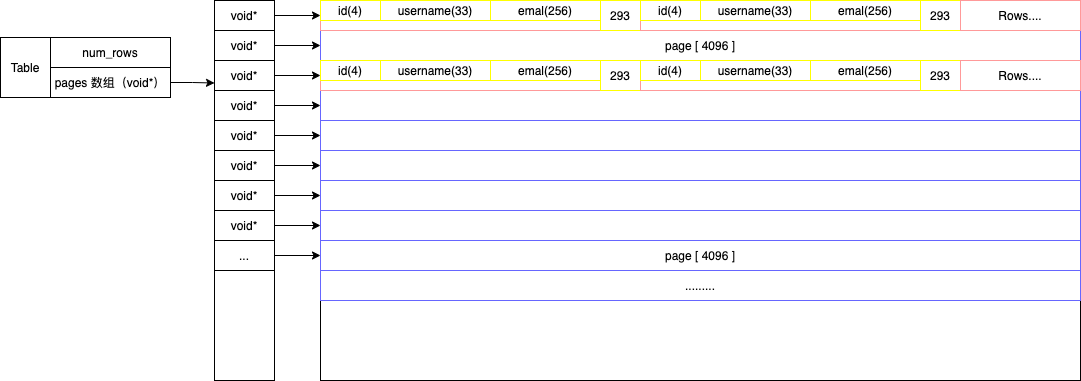
Above: structure.drawio.png in Tonyce/simple_db_learn (draw.io), before the change. Source tidied: cells renumbered, new cells last; positions are measured from the earlier drawing's top-left corner, leaving out a move shared by most shapes. Source of this version:
```xml
<mxGraphModel>
  <root>
    <mxCell id="0" />
    <mxCell id="1" parent="0" />
    <mxCell id="2" value="Table" style="rounded=0;whiteSpace=wrap;html=1;" parent="1" vertex="1">
      <mxGeometry y="37" width="50" height="60" as="geometry" />
    </mxCell>
    <mxCell id="3" value="num_rows" style="rounded=0;whiteSpace=wrap;html=1;" parent="1" vertex="1">
      <mxGeometry x="50" y="37" width="120" height="30" as="geometry" />
    </mxCell>
    <mxCell id="4" style="edgeStyle=orthogonalEdgeStyle;rounded=0;jettySize=auto;html=1;exitX=1;exitY=0.5;exitDx=0;exitDy=0;entryX=0;entryY=0.75;entryDx=0;entryDy=0;" parent="1" edge="1" source="5" target="14">
      <mxGeometry relative="1" as="geometry" />
    </mxCell>
    <mxCell id="5" value="pages 数组（void*）" style="rounded=0;whiteSpace=wrap;html=1;" parent="1" vertex="1">
      <mxGeometry x="50" y="67" width="120" height="30" as="geometry" />
    </mxCell>
    <mxCell id="6" style="rounded=0;whiteSpace=wrap;html=1;" parent="1" vertex="1">
      <mxGeometry x="214" width="60" height="380" as="geometry" />
    </mxCell>
    <mxCell id="7" style="rounded=0;whiteSpace=wrap;html=1;" parent="1" vertex="1">
      <mxGeometry x="320" width="760" height="380" as="geometry" />
    </mxCell>
    <mxCell id="8" style="edgeStyle=orthogonalEdgeStyle;rounded=0;jettySize=auto;html=1;exitX=1;exitY=0.5;exitDx=0;exitDy=0;entryX=0;entryY=0.5;entryDx=0;entryDy=0;" parent="1" edge="1" source="9" target="10">
      <mxGeometry relative="1" as="geometry" />
    </mxCell>
    <mxCell id="9" value="void*" style="rounded=0;whiteSpace=wrap;html=1;" parent="1" vertex="1">
      <mxGeometry x="214" width="60" height="30" as="geometry" />
    </mxCell>
    <mxCell id="10" style="rounded=0;whiteSpace=wrap;html=1;strokeColor=#6666FF;" parent="1" vertex="1">
      <mxGeometry x="320" width="760" height="30" as="geometry" />
    </mxCell>
    <mxCell id="11" style="edgeStyle=orthogonalEdgeStyle;rounded=0;jettySize=auto;html=1;exitX=1;exitY=0.5;exitDx=0;exitDy=0;entryX=0;entryY=0.5;entryDx=0;entryDy=0;" parent="1" edge="1" source="12" target="25">
      <mxGeometry relative="1" as="geometry" />
    </mxCell>
    <mxCell id="12" value="void*" style="rounded=0;whiteSpace=wrap;html=1;" parent="1" vertex="1">
      <mxGeometry x="214" y="30" width="60" height="30" as="geometry" />
    </mxCell>
    <mxCell id="13" style="edgeStyle=orthogonalEdgeStyle;rounded=0;jettySize=auto;html=1;exitX=1;exitY=0.5;exitDx=0;exitDy=0;entryX=0;entryY=0.5;entryDx=0;entryDy=0;" parent="1" edge="1" source="14" target="28">
      <mxGeometry relative="1" as="geometry" />
    </mxCell>
    <mxCell id="14" value="void*" style="rounded=0;whiteSpace=wrap;html=1;" parent="1" vertex="1">
      <mxGeometry x="214" y="60" width="60" height="30" as="geometry" />
    </mxCell>
    <mxCell id="15" style="edgeStyle=orthogonalEdgeStyle;rounded=0;jettySize=auto;html=1;exitX=1;exitY=0.5;exitDx=0;exitDy=0;" parent="1" edge="1" source="16" target="29">
      <mxGeometry relative="1" as="geometry" />
    </mxCell>
    <mxCell id="16" value="void*" style="rounded=0;whiteSpace=wrap;html=1;" parent="1" vertex="1">
      <mxGeometry x="214" y="90" width="60" height="30" as="geometry" />
    </mxCell>
    <mxCell id="17" style="edgeStyle=orthogonalEdgeStyle;rounded=0;jettySize=auto;html=1;exitX=1;exitY=0.5;exitDx=0;exitDy=0;entryX=0;entryY=0.5;entryDx=0;entryDy=0;" parent="1" edge="1" source="18" target="30">
      <mxGeometry relative="1" as="geometry" />
    </mxCell>
    <mxCell id="18" value="void*" style="rounded=0;whiteSpace=wrap;html=1;" parent="1" vertex="1">
      <mxGeometry x="214" y="120" width="60" height="30" as="geometry" />
    </mxCell>
    <mxCell id="19" style="edgeStyle=orthogonalEdgeStyle;rounded=0;jettySize=auto;html=1;exitX=1;exitY=0.5;exitDx=0;exitDy=0;entryX=0;entryY=0.5;entryDx=0;entryDy=0;" parent="1" edge="1" source="20" target="31">
      <mxGeometry relative="1" as="geometry" />
    </mxCell>
    <mxCell id="20" value="void*" style="rounded=0;whiteSpace=wrap;html=1;" parent="1" vertex="1">
      <mxGeometry x="214" y="150" width="60" height="30" as="geometry" />
    </mxCell>
    <mxCell id="21" style="edgeStyle=orthogonalEdgeStyle;rounded=0;jettySize=auto;html=1;exitX=1;exitY=0.5;exitDx=0;exitDy=0;entryX=0;entryY=0.5;entryDx=0;entryDy=0;" parent="1" edge="1" source="22" target="32">
      <mxGeometry relative="1" as="geometry" />
    </mxCell>
    <mxCell id="22" value="void*" style="rounded=0;whiteSpace=wrap;html=1;" parent="1" vertex="1">
      <mxGeometry x="214" y="180" width="60" height="30" as="geometry" />
    </mxCell>
    <mxCell id="23" style="edgeStyle=orthogonalEdgeStyle;rounded=0;jettySize=auto;html=1;exitX=1;exitY=0.5;exitDx=0;exitDy=0;entryX=0;entryY=0.5;entryDx=0;entryDy=0;" parent="1" edge="1" source="24" target="33">
      <mxGeometry relative="1" as="geometry" />
    </mxCell>
    <mxCell id="24" value="void*" style="rounded=0;whiteSpace=wrap;html=1;" parent="1" vertex="1">
      <mxGeometry x="214" y="210" width="60" height="30" as="geometry" />
    </mxCell>
    <mxCell id="25" value="&lt;span&gt;page [ 4096 ]&lt;/span&gt;" style="rounded=0;whiteSpace=wrap;html=1;strokeColor=#6666FF;" parent="1" vertex="1">
      <mxGeometry x="320" y="30" width="760" height="30" as="geometry" />
    </mxCell>
    <mxCell id="26" style="edgeStyle=orthogonalEdgeStyle;rounded=0;jettySize=auto;html=1;exitX=1;exitY=0.5;exitDx=0;exitDy=0;entryX=0;entryY=0.5;entryDx=0;entryDy=0;" parent="1" edge="1" source="27" target="34">
      <mxGeometry relative="1" as="geometry" />
    </mxCell>
    <mxCell id="27" value="..." style="rounded=0;whiteSpace=wrap;html=1;" parent="1" vertex="1">
      <mxGeometry x="214" y="240" width="60" height="30" as="geometry" />
    </mxCell>
    <mxCell id="28" style="rounded=0;whiteSpace=wrap;html=1;strokeColor=#6666FF;" parent="1" vertex="1">
      <mxGeometry x="320" y="60" width="760" height="30" as="geometry" />
    </mxCell>
    <mxCell id="29" style="rounded=0;whiteSpace=wrap;html=1;strokeColor=#6666FF;" parent="1" vertex="1">
      <mxGeometry x="320" y="90" width="760" height="30" as="geometry" />
    </mxCell>
    <mxCell id="30" style="rounded=0;whiteSpace=wrap;html=1;strokeColor=#6666FF;" parent="1" vertex="1">
      <mxGeometry x="320" y="120" width="760" height="30" as="geometry" />
    </mxCell>
    <mxCell id="31" style="rounded=0;whiteSpace=wrap;html=1;strokeColor=#6666FF;" parent="1" vertex="1">
      <mxGeometry x="320" y="150" width="760" height="30" as="geometry" />
    </mxCell>
    <mxCell id="32" style="rounded=0;whiteSpace=wrap;html=1;strokeColor=#6666FF;" parent="1" vertex="1">
      <mxGeometry x="320" y="180" width="760" height="30" as="geometry" />
    </mxCell>
    <mxCell id="33" style="rounded=0;whiteSpace=wrap;html=1;strokeColor=#6666FF;" parent="1" vertex="1">
      <mxGeometry x="320" y="210" width="760" height="30" as="geometry" />
    </mxCell>
    <mxCell id="34" value="page [ 4096 ]" style="rounded=0;whiteSpace=wrap;html=1;strokeColor=#6666FF;" parent="1" vertex="1">
      <mxGeometry x="320" y="240" width="760" height="30" as="geometry" />
    </mxCell>
    <mxCell id="35" style="group;" parent="1" vertex="1">
      <mxGeometry x="320" width="320" height="30" as="geometry" />
    </mxCell>
    <mxCell id="36" style="rounded=0;whiteSpace=wrap;html=1;strokeColor=#FF9999;" parent="35" vertex="1">
      <mxGeometry width="320" height="30" as="geometry" />
    </mxCell>
    <mxCell id="37" value="id(4)" style="rounded=0;whiteSpace=wrap;html=1;strokeColor=#FFFF00;" parent="35" vertex="1">
      <mxGeometry width="60" height="20" as="geometry" />
    </mxCell>
    <mxCell id="38" value="username(33)" style="rounded=0;whiteSpace=wrap;html=1;strokeColor=#FFFF00;" parent="35" vertex="1">
      <mxGeometry x="60" width="110" height="20" as="geometry" />
    </mxCell>
    <mxCell id="39" value="emal(256)" style="rounded=0;whiteSpace=wrap;html=1;strokeColor=#FFFF00;" parent="35" vertex="1">
      <mxGeometry x="170" width="110" height="20" as="geometry" />
    </mxCell>
    <mxCell id="40" value="293" style="rounded=0;whiteSpace=wrap;html=1;strokeColor=#FFFF00;" parent="35" vertex="1">
      <mxGeometry x="280" width="40" height="30" as="geometry" />
    </mxCell>
    <mxCell id="41" style="group;" parent="1" vertex="1">
      <mxGeometry x="640" width="320" height="30" as="geometry" />
    </mxCell>
    <mxCell id="42" style="rounded=0;whiteSpace=wrap;html=1;strokeColor=#FF9999;" parent="41" vertex="1">
      <mxGeometry width="320" height="30" as="geometry" />
    </mxCell>
    <mxCell id="43" value="id(4)" style="rounded=0;whiteSpace=wrap;html=1;strokeColor=#FFFF00;" parent="41" vertex="1">
      <mxGeometry width="60" height="20" as="geometry" />
    </mxCell>
    <mxCell id="44" value="username(33)" style="rounded=0;whiteSpace=wrap;html=1;strokeColor=#FFFF00;" parent="41" vertex="1">
      <mxGeometry x="60" width="110" height="20" as="geometry" />
    </mxCell>
    <mxCell id="45" value="emal(256)" style="rounded=0;whiteSpace=wrap;html=1;strokeColor=#FFFF00;" parent="41" vertex="1">
      <mxGeometry x="170" width="110" height="20" as="geometry" />
    </mxCell>
    <mxCell id="46" value="293" style="rounded=0;whiteSpace=wrap;html=1;strokeColor=#FFFF00;" parent="41" vertex="1">
      <mxGeometry x="280" width="40" height="30" as="geometry" />
    </mxCell>
    <mxCell id="47" value="Rows...." style="rounded=0;whiteSpace=wrap;html=1;strokeColor=#FF9999;" parent="1" vertex="1">
      <mxGeometry x="960" width="120" height="30" as="geometry" />
    </mxCell>
    <mxCell id="48" style="group;" parent="1" vertex="1">
      <mxGeometry x="320" y="60" width="320" height="30" as="geometry" />
    </mxCell>
    <mxCell id="49" style="rounded=0;whiteSpace=wrap;html=1;strokeColor=#FF9999;" parent="48" vertex="1">
      <mxGeometry width="320" height="30" as="geometry" />
    </mxCell>
    <mxCell id="50" value="id(4)" style="rounded=0;whiteSpace=wrap;html=1;strokeColor=#FFFF00;" parent="48" vertex="1">
      <mxGeometry width="60" height="20" as="geometry" />
    </mxCell>
    <mxCell id="51" value="username(33)" style="rounded=0;whiteSpace=wrap;html=1;strokeColor=#FFFF00;" parent="48" vertex="1">
      <mxGeometry x="60" width="110" height="20" as="geometry" />
    </mxCell>
    <mxCell id="52" value="emal(256)" style="rounded=0;whiteSpace=wrap;html=1;strokeColor=#FFFF00;" parent="48" vertex="1">
      <mxGeometry x="170" width="110" height="20" as="geometry" />
    </mxCell>
    <mxCell id="53" value="293" style="rounded=0;whiteSpace=wrap;html=1;strokeColor=#FFFF00;" parent="48" vertex="1">
      <mxGeometry x="280" width="40" height="30" as="geometry" />
    </mxCell>
    <mxCell id="54" style="group;" parent="1" vertex="1">
      <mxGeometry x="640" y="60" width="320" height="30" as="geometry" />
    </mxCell>
    <mxCell id="55" style="rounded=0;whiteSpace=wrap;html=1;strokeColor=#FF9999;" parent="54" vertex="1">
      <mxGeometry width="320" height="30" as="geometry" />
    </mxCell>
    <mxCell id="56" value="id(4)" style="rounded=0;whiteSpace=wrap;html=1;strokeColor=#FFFF00;" parent="54" vertex="1">
      <mxGeometry width="60" height="20" as="geometry" />
    </mxCell>
    <mxCell id="57" value="username(33)" style="rounded=0;whiteSpace=wrap;html=1;strokeColor=#FFFF00;" parent="54" vertex="1">
      <mxGeometry x="60" width="110" height="20" as="geometry" />
    </mxCell>
    <mxCell id="58" value="emal(256)" style="rounded=0;whiteSpace=wrap;html=1;strokeColor=#FFFF00;" parent="54" vertex="1">
      <mxGeometry x="170" width="110" height="20" as="geometry" />
    </mxCell>
    <mxCell id="59" value="293" style="rounded=0;whiteSpace=wrap;html=1;strokeColor=#FFFF00;" parent="54" vertex="1">
      <mxGeometry x="280" width="40" height="30" as="geometry" />
    </mxCell>
    <mxCell id="60" value="Rows...." style="rounded=0;whiteSpace=wrap;html=1;strokeColor=#FF9999;" parent="1" vertex="1">
      <mxGeometry x="960" y="60" width="120" height="30" as="geometry" />
    </mxCell>
    <mxCell id="61" value="........." style="rounded=0;whiteSpace=wrap;html=1;strokeColor=#6666FF;" parent="1" vertex="1">
      <mxGeometry x="320" y="270" width="760" height="30" as="geometry" />
    </mxCell>
  </root>
</mxGraphModel>
```
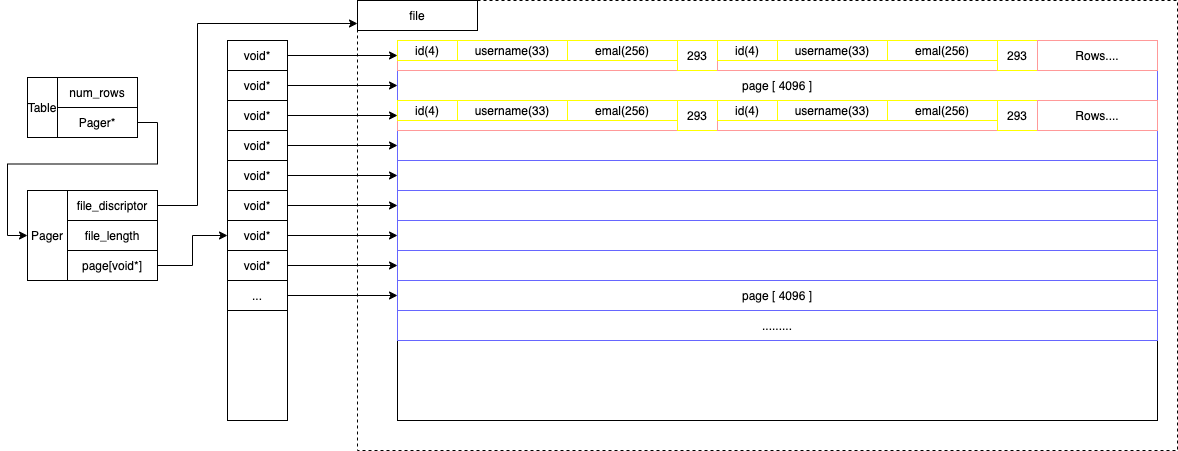
Later version of the same file.

What changed in the source:
```diff
@@ -2,20 +2,23 @@
   <root>
     <mxCell id="0" />
     <mxCell id="1" parent="0" />
+    <mxCell id="62" style="rounded=0;whiteSpace=wrap;html=1;dashed=1;" parent="1" vertex="1">
+      <mxGeometry x="280" y="-40" width="820" height="450" as="geometry" />
+    </mxCell>
     <mxCell id="2" value="Table" style="rounded=0;whiteSpace=wrap;html=1;" parent="1" vertex="1">
-      <mxGeometry y="37" width="50" height="60" as="geometry" />
+      <mxGeometry x="-50" y="37" width="30" height="60" as="geometry" />
     </mxCell>
     <mxCell id="3" value="num_rows" style="rounded=0;whiteSpace=wrap;html=1;" parent="1" vertex="1">
-      <mxGeometry x="50" y="37" width="120" height="30" as="geometry" />
+      <mxGeometry x="-20" y="37" width="80" height="30" as="geometry" />
     </mxCell>
-    <mxCell id="4" style="edgeStyle=orthogonalEdgeStyle;rounded=0;jettySize=auto;html=1;exitX=1;exitY=0.5;exitDx=0;exitDy=0;entryX=0;entryY=0.75;entryDx=0;entryDy=0;" parent="1" edge="1" source="5" target="14">
-      <mxGeometry relative="1" as="geometry" />
-    </mxCell>
+    <mxCell id="63" style="edgeStyle=orthogonalEdgeStyle;rounded=0;jettySize=auto;html=1;exitX=1;exitY=0.5;exitDx=0;exitDy=0;entryX=0;entryY=0.5;entryDx=0;entryDy=0;" parent="1" edge="1" source="5" target="64">
+      <mxGeometry relative="1" as="geometry" />
+    </mxCell>
-    <mxCell id="5" value="pages 数组（void*）" style="rounded=0;whiteSpace=wrap;html=1;" parent="1" vertex="1">
-      <mxGeometry x="50" y="67" width="120" height="30" as="geometry" />
+    <mxCell id="5" value="Pager*" style="rounded=0;whiteSpace=wrap;html=1;" parent="1" vertex="1">
+      <mxGeometry x="-20" y="67" width="80" height="30" as="geometry" />
     </mxCell>
     <mxCell id="6" style="rounded=0;whiteSpace=wrap;html=1;" parent="1" vertex="1">
-      <mxGeometry x="214" width="60" height="380" as="geometry" />
+      <mxGeometry x="150" width="60" height="380" as="geometry" />
     </mxCell>
     <mxCell id="7" style="rounded=0;whiteSpace=wrap;html=1;" parent="1" vertex="1">
       <mxGeometry x="320" width="760" height="380" as="geometry" />
@@ -24,7 +27,7 @@
       <mxGeometry relative="1" as="geometry" />
     </mxCell>
     <mxCell id="9" value="void*" style="rounded=0;whiteSpace=wrap;html=1;" parent="1" vertex="1">
-      <mxGeometry x="214" width="60" height="30" as="geometry" />
+      <mxGeometry x="150" width="60" height="30" as="geometry" />
     </mxCell>
     <mxCell id="10" style="rounded=0;whiteSpace=wrap;html=1;strokeColor=#6666FF;" parent="1" vertex="1">
       <mxGeometry x="320" width="760" height="30" as="geometry" />
@@ -33,43 +36,43 @@
       <mxGeometry relative="1" as="geometry" />
     </mxCell>
     <mxCell id="12" value="void*" style="rounded=0;whiteSpace=wrap;html=1;" parent="1" vertex="1">
-      <mxGeometry x="214" y="30" width="60" height="30" as="geometry" />
+      <mxGeometry x="150" y="30" width="60" height="30" as="geometry" />
     </mxCell>
     <mxCell id="13" style="edgeStyle=orthogonalEdgeStyle;rounded=0;jettySize=auto;html=1;exitX=1;exitY=0.5;exitDx=0;exitDy=0;entryX=0;entryY=0.5;entryDx=0;entryDy=0;" parent="1" edge="1" source="14" target="28">
       <mxGeometry relative="1" as="geometry" />
     </mxCell>
     <mxCell id="14" value="void*" style="rounded=0;whiteSpace=wrap;html=1;" parent="1" vertex="1">
-      <mxGeometry x="214" y="60" width="60" height="30" as="geometry" />
+      <mxGeometry x="150" y="60" width="60" height="30" as="geometry" />
     </mxCell>
     <mxCell id="15" style="edgeStyle=orthogonalEdgeStyle;rounded=0;jettySize=auto;html=1;exitX=1;exitY=0.5;exitDx=0;exitDy=0;" parent="1" edge="1" source="16" target="29">
       <mxGeometry relative="1" as="geometry" />
     </mxCell>
     <mxCell id="16" value="void*" style="rounded=0;whiteSpace=wrap;html=1;" parent="1" vertex="1">
-      <mxGeometry x="214" y="90" width="60" height="30" as="geometry" />
+      <mxGeometry x="150" y="90" width="60" height="30" as="geometry" />
     </mxCell>
     <mxCell id="17" style="edgeStyle=orthogonalEdgeStyle;rounded=0;jettySize=auto;html=1;exitX=1;exitY=0.5;exitDx=0;exitDy=0;entryX=0;entryY=0.5;entryDx=0;entryDy=0;" parent="1" edge="1" source="18" target="30">
       <mxGeometry relative="1" as="geometry" />
     </mxCell>
     <mxCell id="18" value="void*" style="rounded=0;whiteSpace=wrap;html=1;" parent="1" vertex="1">
-      <mxGeometry x="214" y="120" width="60" height="30" as="geometry" />
+      <mxGeometry x="150" y="120" width="60" height="30" as="geometry" />
     </mxCell>
     <mxCell id="19" style="edgeStyle=orthogonalEdgeStyle;rounded=0;jettySize=auto;html=1;exitX=1;exitY=0.5;exitDx=0;exitDy=0;entryX=0;entryY=0.5;entryDx=0;entryDy=0;" parent="1" edge="1" source="20" target="31">
       <mxGeometry relative="1" as="geometry" />
     </mxCell>
     <mxCell id="20" value="void*" style="rounded=0;whiteSpace=wrap;html=1;" parent="1" vertex="1">
-      <mxGeometry x="214" y="150" width="60" height="30" as="geometry" />
+      <mxGeometry x="150" y="150" width="60" height="30" as="geometry" />
     </mxCell>
     <mxCell id="21" style="edgeStyle=orthogonalEdgeStyle;rounded=0;jettySize=auto;html=1;exitX=1;exitY=0.5;exitDx=0;exitDy=0;entryX=0;entryY=0.5;entryDx=0;entryDy=0;" parent="1" edge="1" source="22" target="32">
       <mxGeometry relative="1" as="geometry" />
     </mxCell>
     <mxCell id="22" value="void*" style="rounded=0;whiteSpace=wrap;html=1;" parent="1" vertex="1">
-      <mxGeometry x="214" y="180" width="60" height="30" as="geometry" />
+      <mxGeometry x="150" y="180" width="60" height="30" as="geometry" />
     </mxCell>
     <mxCell id="23" style="edgeStyle=orthogonalEdgeStyle;rounded=0;jettySize=auto;html=1;exitX=1;exitY=0.5;exitDx=0;exitDy=0;entryX=0;entryY=0.5;entryDx=0;entryDy=0;" parent="1" edge="1" source="24" target="33">
       <mxGeometry relative="1" as="geometry" />
     </mxCell>
     <mxCell id="24" value="void*" style="rounded=0;whiteSpace=wrap;html=1;" parent="1" vertex="1">
-      <mxGeometry x="214" y="210" width="60" height="30" as="geometry" />
+      <mxGeometry x="150" y="210" width="60" height="30" as="geometry" />
     </mxCell>
     <mxCell id="25" value="&lt;span&gt;page [ 4096 ]&lt;/span&gt;" style="rounded=0;whiteSpace=wrap;html=1;strokeColor=#6666FF;" parent="1" vertex="1">
       <mxGeometry x="320" y="30" width="760" height="30" as="geometry" />
@@ -78,7 +81,7 @@
       <mxGeometry relative="1" as="geometry" />
     </mxCell>
     <mxCell id="27" value="..." style="rounded=0;whiteSpace=wrap;html=1;" parent="1" vertex="1">
-      <mxGeometry x="214" y="240" width="60" height="30" as="geometry" />
+      <mxGeometry x="150" y="240" width="60" height="30" as="geometry" />
     </mxCell>
     <mxCell id="28" style="rounded=0;whiteSpace=wrap;html=1;strokeColor=#6666FF;" parent="1" vertex="1">
       <mxGeometry x="320" y="60" width="760" height="30" as="geometry" />
@@ -182,5 +185,32 @@
     <mxCell id="61" value="........." style="rounded=0;whiteSpace=wrap;html=1;strokeColor=#6666FF;" parent="1" vertex="1">
       <mxGeometry x="320" y="270" width="760" height="30" as="geometry" />
     </mxCell>
+    <mxCell id="64" value="Pager" style="rounded=0;whiteSpace=wrap;html=1;" parent="1" vertex="1">
+      <mxGeometry x="-50" y="150" width="40" height="90" as="geometry" />
+    </mxCell>
+    <mxCell id="65" style="edgeStyle=orthogonalEdgeStyle;rounded=0;jettySize=auto;html=1;exitX=1;exitY=0.5;exitDx=0;exitDy=0;" parent="1" edge="1" source="66">
+      <mxGeometry relative="1" as="geometry">
+        <mxPoint x="280" y="-17" as="targetPoint" />
+        <Array as="points">
+          <mxPoint x="120" y="165" />
+          <mxPoint x="120" y="-17" />
+        </Array>
+      </mxGeometry>
+    </mxCell>
+    <mxCell id="66" value="file_discriptor" style="rounded=0;whiteSpace=wrap;html=1;" parent="1" vertex="1">
+      <mxGeometry x="-10" y="150" width="90" height="30" as="geometry" />
+    </mxCell>
+    <mxCell id="67" style="edgeStyle=orthogonalEdgeStyle;rounded=0;jettySize=auto;html=1;exitX=1;exitY=0.5;exitDx=0;exitDy=0;entryX=0;entryY=0.5;entryDx=0;entryDy=0;" parent="1" edge="1" source="68" target="22">
+      <mxGeometry relative="1" as="geometry" />
+    </mxCell>
+    <mxCell id="68" value="page[void*]" style="rounded=0;whiteSpace=wrap;html=1;" parent="1" vertex="1">
+      <mxGeometry x="-10" y="210" width="90" height="30" as="geometry" />
+    </mxCell>
+    <mxCell id="69" value="file" style="rounded=0;whiteSpace=wrap;html=1;" parent="1" vertex="1">
+      <mxGeometry x="280" y="-40" width="120" height="30" as="geometry" />
+    </mxCell>
+    <mxCell id="70" value="file_length" style="rounded=0;whiteSpace=wrap;html=1;" parent="1" vertex="1">
+      <mxGeometry x="-10" y="180" width="90" height="30" as="geometry" />
+    </mxCell>
   </root>
 </mxGraphModel>
```
